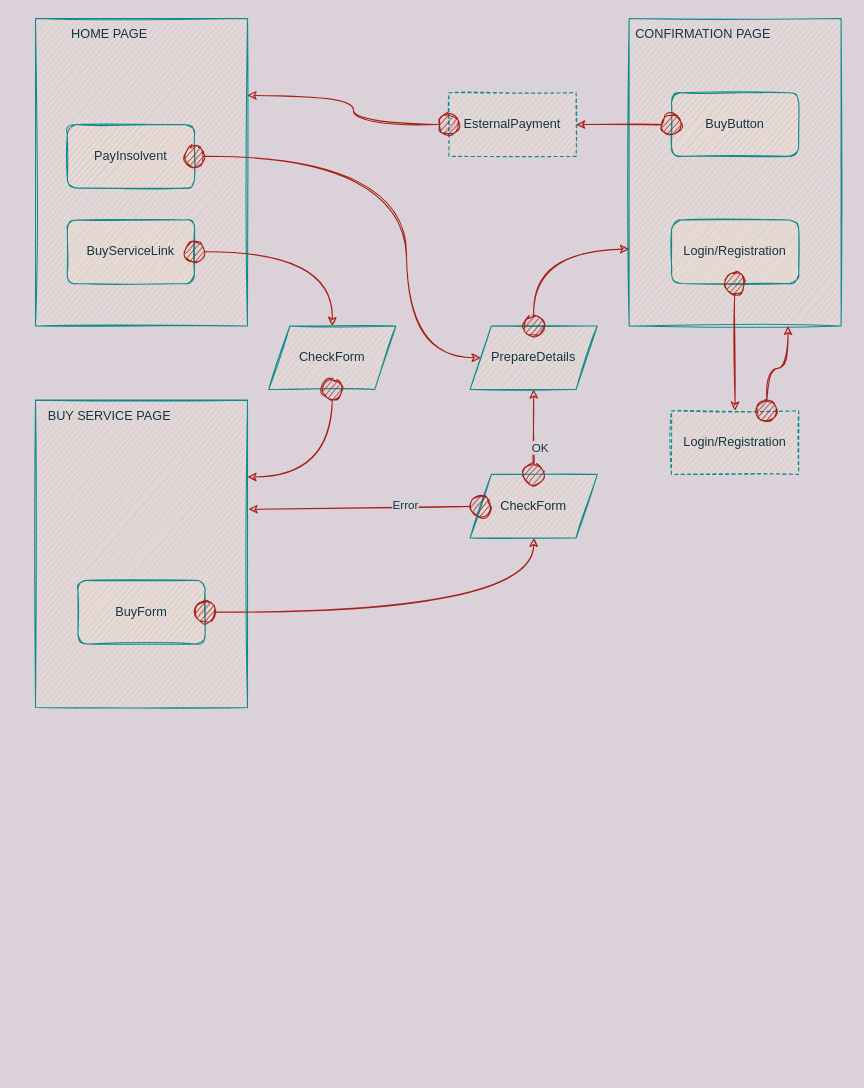
Above: page "Purchase" (5 of 9) of diagrams/Interaction_diagram.drawio in mark-2389/TelcoService_SC42 (draw.io), before the change. Source tidied: cells renumbered, new cells numbered last; positions are measured from the earlier drawing's top-left corner, leaving out a move shared by most shapes. Both pictures are drawn from the tidied source at 106%, with x=0, y=0 at pixel (35, 18).
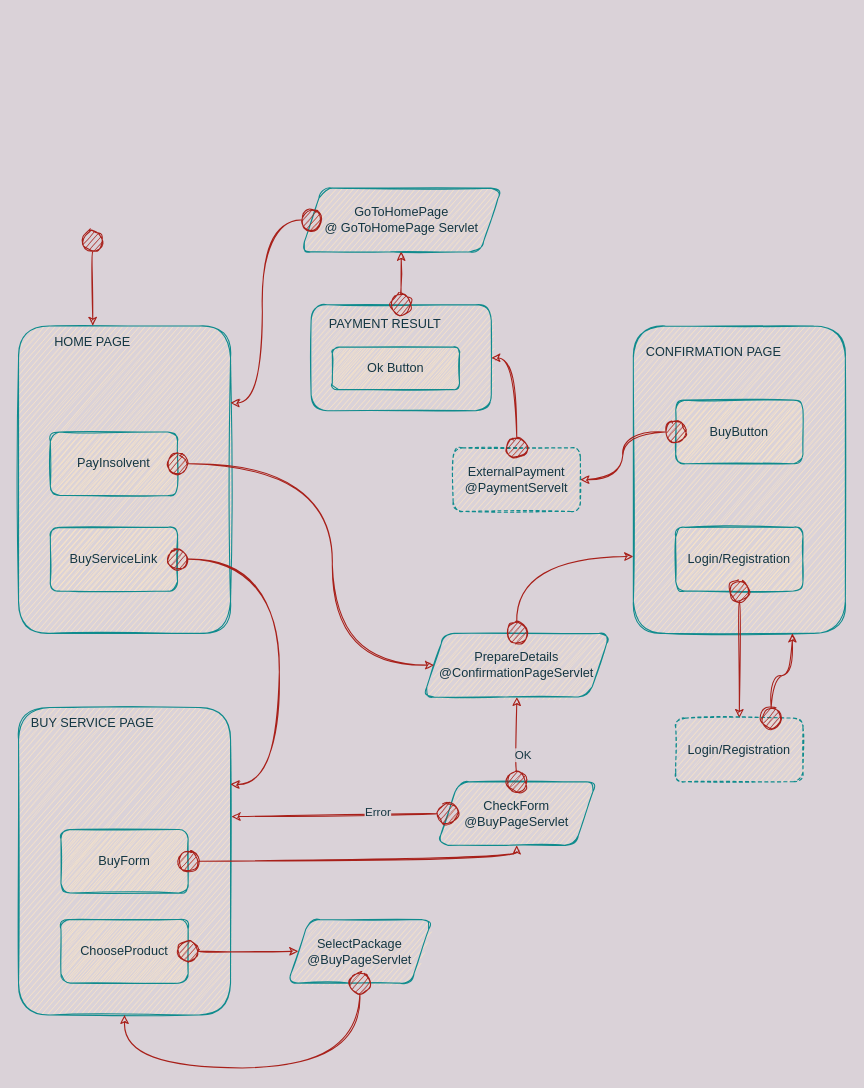
The same page after the edit.

Commit message (it also covers changes not shown here):
Fix errors in ER/Logic diagrams. Add page diagram for employee.

Change to the diagram source:
```diff
@@
-    <mxCell id="0" />
-    <mxCell id="1" parent="0" />
-    <mxCell id="2" style="group;rounded=0;fontColor=#143642;sketch=1;" parent="1" vertex="1">
-      <mxGeometry width="200" height="290" as="geometry" />
-    </mxCell>
-    <mxCell id="3" style="whiteSpace=wrap;html=1;rounded=0;fillColor=#FAE5C7;strokeColor=#0F8B8D;fontColor=#143642;sketch=1;" parent="2" vertex="1">
-      <mxGeometry width="200" height="290" as="geometry" />
-    </mxCell>
+    <mxCell id="34" />
+    <mxCell id="35" parent="34" />
+    <mxCell id="36" style="group;fontStyle=1;fontColor=#143642;rounded=1;sketch=1;" parent="35" vertex="1">
+      <mxGeometry x="-16" y="290" width="200" height="290" as="geometry" />
+    </mxCell>
+    <mxCell id="37" style="whiteSpace=wrap;html=1;fillColor=#FAE5C7;strokeColor=#0F8B8D;fontColor=#143642;rounded=1;sketch=1;" parent="36" vertex="1">
+      <mxGeometry width="200" height="290" as="geometry" />
+    </mxCell>
-    <mxCell id="4" value="HOME PAGE" style="text;html=1;strokeColor=none;fillColor=none;align=center;verticalAlign=middle;whiteSpace=wrap;rounded=0;fontColor=#143642;sketch=1;" parent="2" vertex="1">
+    <mxCell id="4" value="HOME PAGE" style="text;html=1;strokeColor=none;fillColor=none;align=center;verticalAlign=middle;whiteSpace=wrap;fontColor=#143642;rounded=1;sketch=1;" parent="36" vertex="1">
       <mxGeometry width="140" height="30" as="geometry" />
     </mxCell>
-    <mxCell id="5" value="BuyServiceLink" style="rounded=1;whiteSpace=wrap;html=1;fillColor=#FAE5C7;strokeColor=#0F8B8D;fontColor=#143642;sketch=1;" parent="2" vertex="1">
+    <mxCell id="5" value="BuyServiceLink" style="whiteSpace=wrap;html=1;fillColor=#FAE5C7;strokeColor=#0F8B8D;fontColor=#143642;rounded=1;sketch=1;" parent="36" vertex="1">
       <mxGeometry x="30" y="190" width="120" height="60" as="geometry" />
     </mxCell>
-    <mxCell id="6" value="PayInsolvent" style="rounded=1;whiteSpace=wrap;html=1;fillColor=#FAE5C7;strokeColor=#0F8B8D;fontColor=#143642;sketch=1;" parent="2" vertex="1">
+    <mxCell id="6" value="PayInsolvent" style="whiteSpace=wrap;html=1;fillColor=#FAE5C7;strokeColor=#0F8B8D;fontColor=#143642;rounded=1;sketch=1;" parent="36" vertex="1">
       <mxGeometry x="30" y="100" width="120" height="60" as="geometry" />
     </mxCell>
-    <mxCell id="7" style="group;rounded=0;fontColor=#143642;sketch=1;" parent="1" vertex="1">
-      <mxGeometry y="360" width="200" height="290" as="geometry" />
-    </mxCell>
-    <mxCell id="8" style="whiteSpace=wrap;html=1;rounded=0;fillColor=#FAE5C7;strokeColor=#0F8B8D;fontColor=#143642;sketch=1;" parent="7" vertex="1">
-      <mxGeometry width="200" height="290" as="geometry" />
-    </mxCell>
+    <mxCell id="38" style="group;fontColor=#143642;rounded=1;sketch=1;" parent="35" vertex="1">
+      <mxGeometry x="-16" y="650" width="200" height="290" as="geometry" />
+    </mxCell>
+    <mxCell id="39" style="whiteSpace=wrap;html=1;fillColor=#FAE5C7;strokeColor=#0F8B8D;fontColor=#143642;rounded=1;sketch=1;" parent="38" vertex="1">
+      <mxGeometry width="200" height="290" as="geometry" />
+    </mxCell>
-    <mxCell id="9" value="BUY SERVICE PAGE" style="text;html=1;strokeColor=none;fillColor=none;align=center;verticalAlign=middle;whiteSpace=wrap;rounded=0;fontColor=#143642;sketch=1;" parent="7" vertex="1">
+    <mxCell id="9" value="BUY SERVICE PAGE" style="text;html=1;strokeColor=none;fillColor=none;align=center;verticalAlign=middle;whiteSpace=wrap;fontColor=#143642;rounded=1;sketch=1;" parent="38" vertex="1">
       <mxGeometry width="140" height="30" as="geometry" />
     </mxCell>
-    <mxCell id="10" value="BuyForm" style="rounded=1;whiteSpace=wrap;html=1;fillColor=#FAE5C7;strokeColor=#0F8B8D;fontColor=#143642;sketch=1;" parent="7" vertex="1">
-      <mxGeometry x="40" y="170" width="120" height="60" as="geometry" />
+    <mxCell id="10" value="BuyForm" style="whiteSpace=wrap;html=1;fillColor=#FAE5C7;strokeColor=#0F8B8D;fontColor=#143642;rounded=1;sketch=1;" parent="38" vertex="1">
+      <mxGeometry x="40" y="115" width="120" height="60" as="geometry" />
     </mxCell>
-    <mxCell id="11" style="group;rounded=0;fontColor=#143642;sketch=1;" parent="1" vertex="1">
-      <mxGeometry x="560" width="200" height="290" as="geometry" />
-    </mxCell>
-    <mxCell id="12" style="whiteSpace=wrap;html=1;rounded=0;fillColor=#FAE5C7;strokeColor=#0F8B8D;fontColor=#143642;sketch=1;" parent="11" vertex="1">
-      <mxGeometry width="200" height="290" as="geometry" />
-    </mxCell>
+    <mxCell id="40" value="ChooseProduct" style="whiteSpace=wrap;html=1;fillColor=#FAE5C7;strokeColor=#0F8B8D;fontColor=#143642;rounded=1;sketch=1;" parent="38" vertex="1">
+      <mxGeometry x="40" y="200" width="120" height="60" as="geometry" />
+    </mxCell>
+    <mxCell id="41" style="group;fontColor=#143642;rounded=1;sketch=1;" parent="35" vertex="1">
+      <mxGeometry x="564" y="290" width="200" height="290" as="geometry" />
+    </mxCell>
+    <mxCell id="42" style="whiteSpace=wrap;html=1;fillColor=#FAE5C7;strokeColor=#0F8B8D;fontColor=#143642;rounded=1;sketch=1;" parent="41" vertex="1">
+      <mxGeometry width="200" height="290" as="geometry" />
+    </mxCell>
-    <mxCell id="13" value="CONFIRMATION PAGE" style="text;html=1;strokeColor=none;fillColor=none;align=center;verticalAlign=middle;whiteSpace=wrap;rounded=0;fontColor=#143642;sketch=1;" parent="11" vertex="1">
-      <mxGeometry width="140" height="30" as="geometry" />
+    <mxCell id="13" value="CONFIRMATION PAGE" style="text;html=1;strokeColor=none;fillColor=none;align=center;verticalAlign=middle;whiteSpace=wrap;fontColor=#143642;rounded=1;sketch=1;" parent="41" vertex="1">
+      <mxGeometry x="6" y="10" width="140" height="30" as="geometry" />
     </mxCell>
-    <mxCell id="14" value="Login/Registration" style="rounded=1;whiteSpace=wrap;html=1;fillColor=#FAE5C7;strokeColor=#0F8B8D;fontColor=#143642;sketch=1;" parent="11" vertex="1">
-      <mxGeometry x="40" y="190" width="120" height="60" as="geometry" />
-    </mxCell>
+    <mxCell id="43" value="Login/Registration" style="whiteSpace=wrap;html=1;fillColor=#FAE5C7;strokeColor=#0F8B8D;fontColor=#143642;rounded=1;sketch=1;" parent="41" vertex="1">
+      <mxGeometry x="40" y="190" width="120" height="60" as="geometry" />
+    </mxCell>
-    <mxCell id="15" value="BuyButton" style="rounded=1;whiteSpace=wrap;html=1;fillColor=#FAE5C7;strokeColor=#0F8B8D;fontColor=#143642;sketch=1;" parent="11" vertex="1">
+    <mxCell id="15" value="BuyButton" style="whiteSpace=wrap;html=1;fillColor=#FAE5C7;strokeColor=#0F8B8D;fontColor=#143642;rounded=1;sketch=1;" parent="41" vertex="1">
       <mxGeometry x="40" y="70" width="120" height="60" as="geometry" />
     </mxCell>
-    <mxCell id="16" style="endArrow=classic;html=1;startArrow=oval;startFill=1;endSize=6;startSize=20;endFill=1;exitX=1;exitY=0.5;exitDx=0;exitDy=0;entryX=0.5;entryY=0;entryDx=0;entryDy=0;rounded=0;labelBackgroundColor=#DAD2D8;strokeColor=#A8201A;fontColor=#143642;sketch=1;curved=1;" parent="1" edge="1" source="5" target="32">
-      <mxGeometry relative="1" as="geometry">
-        <Array as="points">
-          <mxPoint x="280" y="220" />
-        </Array>
-      </mxGeometry>
-    </mxCell>
-    <mxCell id="17" style="endArrow=classic;html=1;startArrow=oval;startFill=1;endSize=6;startSize=20;endFill=1;exitX=1;exitY=0.5;exitDx=0;exitDy=0;rounded=0;entryX=0.5;entryY=1;entryDx=0;entryDy=0;labelBackgroundColor=#DAD2D8;strokeColor=#A8201A;fontColor=#143642;sketch=1;curved=1;" parent="1" edge="1" source="10" target="18">
-      <mxGeometry relative="1" as="geometry">
-        <Array as="points">
-          <mxPoint x="470" y="560" />
-        </Array>
-      </mxGeometry>
-    </mxCell>
-    <mxCell id="18" value="CheckForm" style="shape=parallelogram;perimeter=parallelogramPerimeter;whiteSpace=wrap;html=1;fixedSize=1;rounded=0;fillColor=#FAE5C7;strokeColor=#0F8B8D;fontColor=#143642;sketch=1;" parent="1" vertex="1">
-      <mxGeometry x="410" y="430" width="120" height="60" as="geometry" />
-    </mxCell>
-    <mxCell id="19" style="endArrow=classic;html=1;startArrow=oval;startFill=1;endSize=6;startSize=20;endFill=1;exitX=0.5;exitY=0;exitDx=0;exitDy=0;rounded=0;entryX=0.5;entryY=1;entryDx=0;entryDy=0;labelBackgroundColor=#DAD2D8;strokeColor=#A8201A;fontColor=#143642;sketch=1;curved=1;" parent="1" edge="1" source="18" target="26">
-      <mxGeometry relative="1" as="geometry" />
-    </mxCell>
+    <mxCell id="44" style="endArrow=classic;html=1;startArrow=oval;startFill=1;endSize=6;startSize=20;endFill=1;exitX=1;exitY=0.5;exitDx=0;exitDy=0;entryX=1;entryY=0.25;entryDx=0;entryDy=0;labelBackgroundColor=#DAD2D8;strokeColor=#A8201A;fontColor=#143642;sketch=1;curved=1;" parent="35" edge="1" source="5" target="39">
+      <mxGeometry relative="1" as="geometry">
+        <Array as="points">
+          <mxPoint x="230" y="510" />
+          <mxPoint x="230" y="723" />
+        </Array>
+      </mxGeometry>
+    </mxCell>
+    <mxCell id="45" style="endArrow=classic;html=1;startArrow=oval;startFill=1;endSize=6;startSize=20;endFill=1;exitX=1;exitY=0.5;exitDx=0;exitDy=0;entryX=0.5;entryY=1;entryDx=0;entryDy=0;labelBackgroundColor=#DAD2D8;strokeColor=#A8201A;fontColor=#143642;sketch=1;curved=1;" parent="35" edge="1" source="10" target="46">
+      <mxGeometry relative="1" as="geometry">
+        <Array as="points">
+          <mxPoint x="454" y="795" />
+        </Array>
+      </mxGeometry>
+    </mxCell>
+    <mxCell id="46" value="CheckForm&lt;br&gt;@BuyPageServlet" style="shape=parallelogram;perimeter=parallelogramPerimeter;whiteSpace=wrap;html=1;fixedSize=1;fillColor=#FAE5C7;strokeColor=#0F8B8D;fontColor=#143642;rounded=1;sketch=1;" parent="35" vertex="1">
+      <mxGeometry x="379" y="720" width="150" height="60" as="geometry" />
+    </mxCell>
+    <mxCell id="47" style="endArrow=classic;html=1;startArrow=oval;startFill=1;endSize=6;startSize=20;endFill=1;exitX=0.5;exitY=0;exitDx=0;exitDy=0;entryX=0.5;entryY=1;entryDx=0;entryDy=0;labelBackgroundColor=#DAD2D8;strokeColor=#A8201A;fontColor=#143642;sketch=1;curved=1;" parent="35" edge="1" source="46" target="52">
+      <mxGeometry relative="1" as="geometry" />
+    </mxCell>
-    <mxCell id="20" value="OK" style="edgeLabel;html=1;align=center;verticalAlign=middle;labelBackgroundColor=#DAD2D8;fontColor=#143642;sketch=1;" parent="19" vertex="1">
+    <mxCell id="20" value="OK" style="edgeLabel;html=1;align=center;verticalAlign=middle;labelBackgroundColor=#DAD2D8;fontColor=#143642;rounded=1;sketch=1;" parent="47" vertex="1">
       <mxGeometry x="-0.34" y="-5" relative="1" as="geometry" />
     </mxCell>
-    <mxCell id="21" style="endArrow=classic;html=1;startArrow=oval;startFill=1;endSize=6;startSize=20;endFill=1;exitX=0;exitY=0.5;exitDx=0;exitDy=0;rounded=0;entryX=1.005;entryY=0.355;entryDx=0;entryDy=0;entryPerimeter=0;labelBackgroundColor=#DAD2D8;strokeColor=#A8201A;fontColor=#143642;sketch=1;curved=1;" parent="1" edge="1" source="18" target="8">
-      <mxGeometry relative="1" as="geometry" />
-    </mxCell>
+    <mxCell id="48" style="endArrow=classic;html=1;startArrow=oval;startFill=1;endSize=6;startSize=20;endFill=1;exitX=0;exitY=0.5;exitDx=0;exitDy=0;entryX=1.005;entryY=0.355;entryDx=0;entryDy=0;entryPerimeter=0;labelBackgroundColor=#DAD2D8;strokeColor=#A8201A;fontColor=#143642;sketch=1;curved=1;" parent="35" edge="1" source="46" target="39">
+      <mxGeometry relative="1" as="geometry" />
+    </mxCell>
-    <mxCell id="22" value="Error" style="edgeLabel;html=1;align=center;verticalAlign=middle;labelBackgroundColor=#DAD2D8;fontColor=#143642;sketch=1;" parent="21" vertex="1">
+    <mxCell id="22" value="Error" style="edgeLabel;html=1;align=center;verticalAlign=middle;labelBackgroundColor=#DAD2D8;fontColor=#143642;rounded=1;sketch=1;" parent="48" vertex="1">
       <mxGeometry x="-0.35" y="-2" relative="1" as="geometry" />
     </mxCell>
-    <mxCell id="23" style="endArrow=classic;html=1;startArrow=oval;startFill=1;endSize=6;startSize=20;endFill=1;exitX=0.5;exitY=1;exitDx=0;exitDy=0;rounded=0;labelBackgroundColor=#DAD2D8;strokeColor=#A8201A;fontColor=#143642;sketch=1;curved=1;" parent="1" edge="1" source="14">
-      <mxGeometry relative="1" as="geometry">
-        <mxPoint x="660" y="370" as="targetPoint" />
-      </mxGeometry>
-    </mxCell>
-    <mxCell id="24" value="Login/Registration" style="rounded=0;whiteSpace=wrap;html=1;dashed=1;fillColor=#FAE5C7;strokeColor=#0F8B8D;fontColor=#143642;sketch=1;" parent="1" vertex="1">
-      <mxGeometry x="600" y="370" width="120" height="60" as="geometry" />
-    </mxCell>
-    <mxCell id="25" style="endArrow=classic;html=1;startArrow=oval;startFill=1;endSize=6;startSize=20;endFill=1;exitX=0.75;exitY=0;exitDx=0;exitDy=0;rounded=0;entryX=0.75;entryY=1;entryDx=0;entryDy=0;labelBackgroundColor=#DAD2D8;strokeColor=#A8201A;fontColor=#143642;sketch=1;curved=1;" parent="1" edge="1" source="24" target="12">
-      <mxGeometry relative="1" as="geometry">
-        <Array as="points">
-          <mxPoint x="690" y="330" />
-          <mxPoint x="710" y="330" />
-        </Array>
-      </mxGeometry>
-    </mxCell>
-    <mxCell id="26" value="PrepareDetails" style="shape=parallelogram;perimeter=parallelogramPerimeter;whiteSpace=wrap;html=1;fixedSize=1;rounded=0;fillColor=#FAE5C7;strokeColor=#0F8B8D;fontColor=#143642;sketch=1;" parent="1" vertex="1">
-      <mxGeometry x="410" y="290" width="120" height="60" as="geometry" />
-    </mxCell>
-    <mxCell id="27" style="endArrow=classic;html=1;startArrow=oval;startFill=1;endSize=6;startSize=20;endFill=1;exitX=0.5;exitY=0;exitDx=0;exitDy=0;rounded=0;entryX=0;entryY=0.75;entryDx=0;entryDy=0;labelBackgroundColor=#DAD2D8;strokeColor=#A8201A;fontColor=#143642;sketch=1;curved=1;" parent="1" edge="1" source="26" target="12">
-      <mxGeometry relative="1" as="geometry">
-        <Array as="points">
-          <mxPoint x="470" y="218" />
-        </Array>
-      </mxGeometry>
-    </mxCell>
-    <mxCell id="28" value="EsternalPayment" style="rounded=0;whiteSpace=wrap;html=1;dashed=1;fillColor=#FAE5C7;strokeColor=#0F8B8D;fontColor=#143642;sketch=1;" parent="1" vertex="1">
-      <mxGeometry x="390" y="70" width="120" height="60" as="geometry" />
-    </mxCell>
-    <mxCell id="29" style="endArrow=classic;html=1;startArrow=oval;startFill=1;endSize=6;startSize=20;endFill=1;exitX=0;exitY=0.5;exitDx=0;exitDy=0;rounded=0;entryX=1;entryY=0.5;entryDx=0;entryDy=0;labelBackgroundColor=#DAD2D8;strokeColor=#A8201A;fontColor=#143642;sketch=1;curved=1;" parent="1" edge="1" source="15" target="28">
-      <mxGeometry relative="1" as="geometry" />
-    </mxCell>
-    <mxCell id="30" style="endArrow=classic;html=1;startArrow=oval;startFill=1;endSize=6;startSize=20;endFill=1;exitX=0;exitY=0.5;exitDx=0;exitDy=0;rounded=0;entryX=1;entryY=0.25;entryDx=0;entryDy=0;labelBackgroundColor=#DAD2D8;strokeColor=#A8201A;fontColor=#143642;sketch=1;curved=1;" parent="1" edge="1" source="28" target="3">
-      <mxGeometry relative="1" as="geometry">
-        <Array as="points">
-          <mxPoint x="300" y="100" />
-          <mxPoint x="300" y="73" />
-        </Array>
-      </mxGeometry>
-    </mxCell>
-    <mxCell id="31" style="endArrow=classic;html=1;startArrow=oval;startFill=1;endSize=6;startSize=20;endFill=1;exitX=1;exitY=0.5;exitDx=0;exitDy=0;entryX=0;entryY=0.5;entryDx=0;entryDy=0;rounded=0;labelBackgroundColor=#DAD2D8;strokeColor=#A8201A;fontColor=#143642;sketch=1;curved=1;" parent="1" edge="1" source="6" target="26">
-      <mxGeometry relative="1" as="geometry">
-        <Array as="points">
-          <mxPoint x="350" y="130" />
-          <mxPoint x="350" y="320" />
-        </Array>
-      </mxGeometry>
-    </mxCell>
-    <mxCell id="32" value="CheckForm" style="shape=parallelogram;perimeter=parallelogramPerimeter;whiteSpace=wrap;html=1;fixedSize=1;rounded=0;fillColor=#FAE5C7;strokeColor=#0F8B8D;fontColor=#143642;sketch=1;" parent="1" vertex="1">
-      <mxGeometry x="220" y="290" width="120" height="60" as="geometry" />
-    </mxCell>
-    <mxCell id="33" style="endArrow=classic;html=1;startArrow=oval;startFill=1;endSize=6;startSize=20;endFill=1;exitX=0.5;exitY=1;exitDx=0;exitDy=0;entryX=1;entryY=0.25;entryDx=0;entryDy=0;rounded=0;labelBackgroundColor=#DAD2D8;strokeColor=#A8201A;fontColor=#143642;sketch=1;curved=1;" parent="1" edge="1" source="32" target="8">
-      <mxGeometry relative="1" as="geometry">
-        <Array as="points">
-          <mxPoint x="280" y="433" />
-        </Array>
-      </mxGeometry>
-    </mxCell>
+    <mxCell id="49" style="endArrow=classic;html=1;startArrow=oval;startFill=1;endSize=6;startSize=20;endFill=1;exitX=0.5;exitY=1;exitDx=0;exitDy=0;entryX=0.5;entryY=0;entryDx=0;entryDy=0;labelBackgroundColor=#DAD2D8;strokeColor=#A8201A;fontColor=#143642;sketch=1;curved=1;" parent="35" edge="1" source="43" target="50">
+      <mxGeometry relative="1" as="geometry" />
+    </mxCell>
+    <mxCell id="50" value="Login/Registration" style="whiteSpace=wrap;html=1;dashed=1;fillColor=#FAE5C7;strokeColor=#0F8B8D;fontColor=#143642;rounded=1;sketch=1;" parent="35" vertex="1">
+      <mxGeometry x="604" y="660" width="120" height="60" as="geometry" />
+    </mxCell>
+    <mxCell id="51" style="endArrow=classic;html=1;startArrow=oval;startFill=1;endSize=6;startSize=20;endFill=1;exitX=0.75;exitY=0;exitDx=0;exitDy=0;entryX=0.75;entryY=1;entryDx=0;entryDy=0;labelBackgroundColor=#DAD2D8;strokeColor=#A8201A;fontColor=#143642;sketch=1;curved=1;" parent="35" edge="1" source="50" target="42">
+      <mxGeometry relative="1" as="geometry">
+        <Array as="points">
+          <mxPoint x="694" y="620" />
+          <mxPoint x="714" y="620" />
+        </Array>
+      </mxGeometry>
+    </mxCell>
+    <mxCell id="52" value="PrepareDetails&lt;br&gt;@ConfirmationPageServlet" style="shape=parallelogram;perimeter=parallelogramPerimeter;whiteSpace=wrap;html=1;fixedSize=1;fillColor=#FAE5C7;strokeColor=#0F8B8D;fontColor=#143642;rounded=1;sketch=1;" parent="35" vertex="1">
+      <mxGeometry x="366" y="580" width="176" height="60" as="geometry" />
+    </mxCell>
+    <mxCell id="53" style="endArrow=classic;html=1;startArrow=oval;startFill=1;endSize=6;startSize=20;endFill=1;exitX=0.5;exitY=0;exitDx=0;exitDy=0;entryX=0;entryY=0.75;entryDx=0;entryDy=0;labelBackgroundColor=#DAD2D8;strokeColor=#A8201A;fontColor=#143642;sketch=1;curved=1;" parent="35" edge="1" source="52" target="42">
+      <mxGeometry relative="1" as="geometry">
+        <Array as="points">
+          <mxPoint x="454" y="508" />
+        </Array>
+      </mxGeometry>
+    </mxCell>
+    <mxCell id="54" value="ExternalPayment&lt;br&gt;@PaymentServelt" style="whiteSpace=wrap;html=1;dashed=1;fillColor=#FAE5C7;strokeColor=#0F8B8D;fontColor=#143642;rounded=1;sketch=1;" parent="35" vertex="1">
+      <mxGeometry x="394" y="405" width="120" height="60" as="geometry" />
+    </mxCell>
+    <mxCell id="55" style="endArrow=classic;html=1;startArrow=oval;startFill=1;endSize=6;startSize=20;endFill=1;exitX=0;exitY=0.5;exitDx=0;exitDy=0;entryX=1;entryY=0.5;entryDx=0;entryDy=0;labelBackgroundColor=#DAD2D8;strokeColor=#A8201A;fontColor=#143642;sketch=1;curved=1;" parent="35" edge="1" source="15" target="54">
+      <mxGeometry relative="1" as="geometry">
+        <Array as="points">
+          <mxPoint x="554" y="390" />
+          <mxPoint x="554" y="435" />
+        </Array>
+      </mxGeometry>
+    </mxCell>
+    <mxCell id="56" style="endArrow=classic;html=1;startArrow=oval;startFill=1;endSize=6;startSize=20;endFill=1;exitX=0.5;exitY=0;exitDx=0;exitDy=0;entryX=1;entryY=0.5;entryDx=0;entryDy=0;labelBackgroundColor=#DAD2D8;strokeColor=#A8201A;fontColor=#143642;sketch=1;curved=1;" parent="35" edge="1" source="54" target="59">
+      <mxGeometry relative="1" as="geometry">
+        <Array as="points">
+          <mxPoint x="454" y="320" />
+        </Array>
+      </mxGeometry>
+    </mxCell>
+    <mxCell id="57" style="endArrow=classic;html=1;startArrow=oval;startFill=1;endSize=6;startSize=20;endFill=1;exitX=1;exitY=0.5;exitDx=0;exitDy=0;entryX=0;entryY=0.5;entryDx=0;entryDy=0;labelBackgroundColor=#DAD2D8;strokeColor=#A8201A;fontColor=#143642;sketch=1;curved=1;" parent="35" edge="1" source="6" target="52">
+      <mxGeometry relative="1" as="geometry">
+        <Array as="points">
+          <mxPoint x="280" y="420" />
+          <mxPoint x="280" y="610" />
+        </Array>
+      </mxGeometry>
+    </mxCell>
+    <mxCell id="58" style="group;fontColor=#143642;rounded=1;sketch=1;" parent="35" vertex="1">
+      <mxGeometry x="260" y="270" width="170" height="100" as="geometry" />
+    </mxCell>
+    <mxCell id="59" style="whiteSpace=wrap;html=1;fillColor=#FAE5C7;strokeColor=#0F8B8D;fontColor=#143642;rounded=1;sketch=1;" parent="58" vertex="1">
+      <mxGeometry width="170" height="100" as="geometry" />
+    </mxCell>
+    <mxCell id="60" value="PAYMENT RESULT" style="text;html=1;strokeColor=none;fillColor=none;align=center;verticalAlign=middle;whiteSpace=wrap;fontColor=#143642;rounded=1;sketch=1;" parent="58" vertex="1">
+      <mxGeometry y="3" width="140" height="30" as="geometry" />
+    </mxCell>
+    <mxCell id="61" value="Ok Button" style="whiteSpace=wrap;html=1;fillColor=#FAE5C7;strokeColor=#0F8B8D;fontColor=#143642;rounded=1;sketch=1;" parent="58" vertex="1">
+      <mxGeometry x="20" y="40" width="120" height="40" as="geometry" />
+    </mxCell>
+    <mxCell id="62" style="endArrow=classic;html=1;startArrow=oval;startFill=1;endSize=6;startSize=20;endFill=1;exitX=1;exitY=0.5;exitDx=0;exitDy=0;entryX=0;entryY=0.5;entryDx=0;entryDy=0;labelBackgroundColor=#DAD2D8;strokeColor=#A8201A;fontColor=#143642;sketch=1;curved=1;" parent="35" edge="1" source="40" target="63">
+      <mxGeometry relative="1" as="geometry" />
+    </mxCell>
+    <mxCell id="63" value="SelectPackage&lt;br&gt;@BuyPageServlet" style="shape=parallelogram;perimeter=parallelogramPerimeter;whiteSpace=wrap;html=1;fixedSize=1;fillColor=#FAE5C7;strokeColor=#0F8B8D;fontColor=#143642;rounded=1;sketch=1;" parent="35" vertex="1">
+      <mxGeometry x="238" y="850" width="136" height="60" as="geometry" />
+    </mxCell>
+    <mxCell id="64" style="endArrow=classic;html=1;startArrow=oval;startFill=1;endSize=6;startSize=20;endFill=1;exitX=0.5;exitY=1;exitDx=0;exitDy=0;entryX=0.5;entryY=1;entryDx=0;entryDy=0;labelBackgroundColor=#DAD2D8;strokeColor=#A8201A;fontColor=#143642;sketch=1;curved=1;" parent="35" edge="1" source="63" target="39">
+      <mxGeometry relative="1" as="geometry">
+        <Array as="points">
+          <mxPoint x="306" y="990" />
+          <mxPoint x="84" y="990" />
+        </Array>
+      </mxGeometry>
+    </mxCell>
+    <mxCell id="65" value="GoToHomePage&lt;br&gt;@&amp;nbsp;GoToHomePage Servlet" style="shape=parallelogram;perimeter=parallelogramPerimeter;whiteSpace=wrap;html=1;fixedSize=1;fillColor=#FAE5C7;strokeColor=#0F8B8D;fontColor=#143642;rounded=1;sketch=1;" parent="35" vertex="1">
+      <mxGeometry x="250.5" y="160" width="189" height="60" as="geometry" />
+    </mxCell>
+    <mxCell id="66" style="endArrow=classic;html=1;startArrow=oval;startFill=1;endSize=6;startSize=20;endFill=1;entryX=0.5;entryY=1;entryDx=0;entryDy=0;exitX=0.5;exitY=0;exitDx=0;exitDy=0;labelBackgroundColor=#DAD2D8;strokeColor=#A8201A;fontColor=#143642;sketch=1;curved=1;" parent="35" edge="1" source="59" target="65">
+      <mxGeometry relative="1" as="geometry" />
+    </mxCell>
+    <mxCell id="67" style="endArrow=classic;html=1;startArrow=oval;startFill=1;endSize=6;startSize=20;endFill=1;entryX=0.5;entryY=0;entryDx=0;entryDy=0;labelBackgroundColor=#DAD2D8;strokeColor=#A8201A;fontColor=#143642;sketch=1;curved=1;" parent="35" edge="1" target="4">
+      <mxGeometry relative="1" as="geometry">
+        <mxPoint x="54" y="210" as="sourcePoint" />
+      </mxGeometry>
+    </mxCell>
+    <mxCell id="68" style="endArrow=classic;html=1;startArrow=oval;startFill=1;endSize=6;startSize=20;endFill=1;entryX=1;entryY=0.25;entryDx=0;entryDy=0;exitX=0;exitY=0.5;exitDx=0;exitDy=0;labelBackgroundColor=#DAD2D8;strokeColor=#A8201A;fontColor=#143642;sketch=1;curved=1;" parent="35" edge="1" source="65" target="37">
+      <mxGeometry relative="1" as="geometry">
+        <Array as="points">
+          <mxPoint x="214" y="190" />
+          <mxPoint x="214" y="363" />
+        </Array>
+      </mxGeometry>
+    </mxCell>
```
